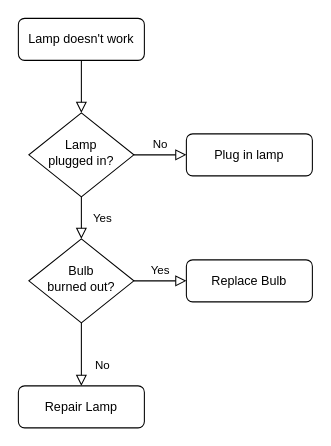
This is Untitled Diagram.drawio from mperez68/TriviaMaze, a draw.io file, before an edit. Source tidied: cells renumbered, new cells numbered last; positions are measured from the earlier drawing's top-left corner, leaving out a move shared by most shapes. Both pictures are drawn from the tidied source at 105%, with x=0, y=0 at pixel (18, 18).
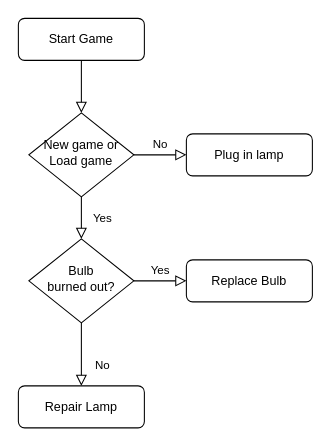
The same diagram, later.

Change to the diagram source:
```diff
@@
 <mxGraphModel>
   <root>
     <mxCell id="0" />
     <mxCell id="1" parent="0" />
     <mxCell id="2" style="rounded=0;html=1;jettySize=auto;fontSize=11;endArrow=block;endFill=0;endSize=8;strokeWidth=1;shadow=0;labelBackgroundColor=none;edgeStyle=orthogonalEdgeStyle;" parent="1" edge="1" source="3" target="6">
       <mxGeometry relative="1" as="geometry" />
     </mxCell>
-    <mxCell id="3" value="Lamp doesn't work" style="rounded=1;whiteSpace=wrap;html=1;fontSize=12;glass=0;strokeWidth=1;shadow=0;" parent="1" vertex="1">
+    <mxCell id="3" value="Start Game" style="rounded=1;whiteSpace=wrap;html=1;fontSize=12;glass=0;strokeWidth=1;shadow=0;" parent="1" vertex="1">
       <mxGeometry width="120" height="40" as="geometry" />
     </mxCell>
     <mxCell id="4" value="Yes" style="rounded=0;html=1;jettySize=auto;fontSize=11;endArrow=block;endFill=0;endSize=8;strokeWidth=1;shadow=0;labelBackgroundColor=none;edgeStyle=orthogonalEdgeStyle;" parent="1" edge="1" source="6" target="10">
       <mxGeometry y="20" relative="1" as="geometry" />
     </mxCell>
     <mxCell id="5" value="No" style="edgeStyle=orthogonalEdgeStyle;rounded=0;html=1;jettySize=auto;fontSize=11;endArrow=block;endFill=0;endSize=8;strokeWidth=1;shadow=0;labelBackgroundColor=none;" parent="1" edge="1" source="6" target="7">
       <mxGeometry y="10" relative="1" as="geometry" />
     </mxCell>
-    <mxCell id="6" value="Lamp&lt;br&gt;plugged in?" style="rhombus;whiteSpace=wrap;html=1;shadow=0;fontFamily=Helvetica;fontSize=12;align=center;strokeWidth=1;spacing=6;spacingTop=-4;" parent="1" vertex="1">
+    <mxCell id="6" value="New game or Load game" style="rhombus;whiteSpace=wrap;html=1;shadow=0;fontFamily=Helvetica;fontSize=12;align=center;strokeWidth=1;spacing=6;spacingTop=-4;" parent="1" vertex="1">
       <mxGeometry x="10" y="90" width="100" height="80" as="geometry" />
     </mxCell>
     <mxCell id="7" value="Plug in lamp" style="rounded=1;whiteSpace=wrap;html=1;fontSize=12;glass=0;strokeWidth=1;shadow=0;" parent="1" vertex="1">
       <mxGeometry x="160" y="110" width="120" height="40" as="geometry" />
     </mxCell>
     <mxCell id="8" value="No" style="rounded=0;html=1;jettySize=auto;fontSize=11;endArrow=block;endFill=0;endSize=8;strokeWidth=1;shadow=0;labelBackgroundColor=none;edgeStyle=orthogonalEdgeStyle;" parent="1" edge="1" source="10" target="11">
       <mxGeometry x="0.33" y="20" relative="1" as="geometry" />
     </mxCell>
     <mxCell id="9" value="Yes" style="edgeStyle=orthogonalEdgeStyle;rounded=0;html=1;jettySize=auto;fontSize=11;endArrow=block;endFill=0;endSize=8;strokeWidth=1;shadow=0;labelBackgroundColor=none;" parent="1" edge="1" source="10" target="12">
       <mxGeometry y="10" relative="1" as="geometry" />
     </mxCell>
     <mxCell id="10" value="Bulb&lt;br&gt;burned out?" style="rhombus;whiteSpace=wrap;html=1;shadow=0;fontFamily=Helvetica;fontSize=12;align=center;strokeWidth=1;spacing=6;spacingTop=-4;" parent="1" vertex="1">
       <mxGeometry x="10" y="210" width="100" height="80" as="geometry" />
     </mxCell>
     <mxCell id="11" value="Repair Lamp" style="rounded=1;whiteSpace=wrap;html=1;fontSize=12;glass=0;strokeWidth=1;shadow=0;" parent="1" vertex="1">
       <mxGeometry y="350" width="120" height="40" as="geometry" />
     </mxCell>
     <mxCell id="12" value="Replace Bulb" style="rounded=1;whiteSpace=wrap;html=1;fontSize=12;glass=0;strokeWidth=1;shadow=0;" parent="1" vertex="1">
       <mxGeometry x="160" y="230" width="120" height="40" as="geometry" />
     </mxCell>
   </root>
 </mxGraphModel>
```
